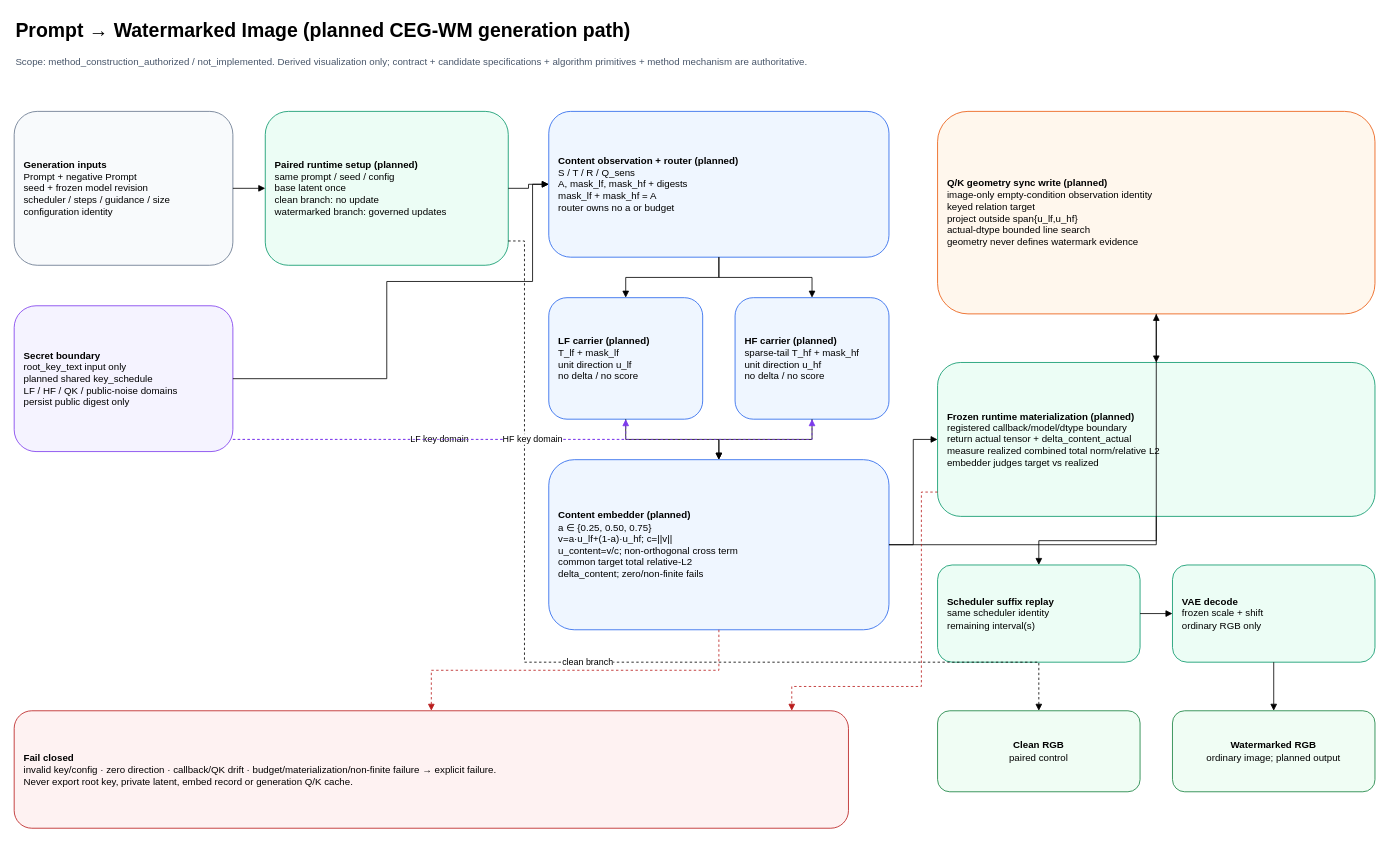
This is docs/design/diagrams/prompt_to_watermarked_image.drawio from RICHAAARC/CEG-WM, a draw.io file, before an edit. Source tidied: cells renumbered, new cells numbered last; positions are measured from the earlier drawing's top-left corner, leaving out a move shared by most shapes. Both pictures are drawn from the tidied source at 81%, with x=0, y=0 at pixel (14, 14).
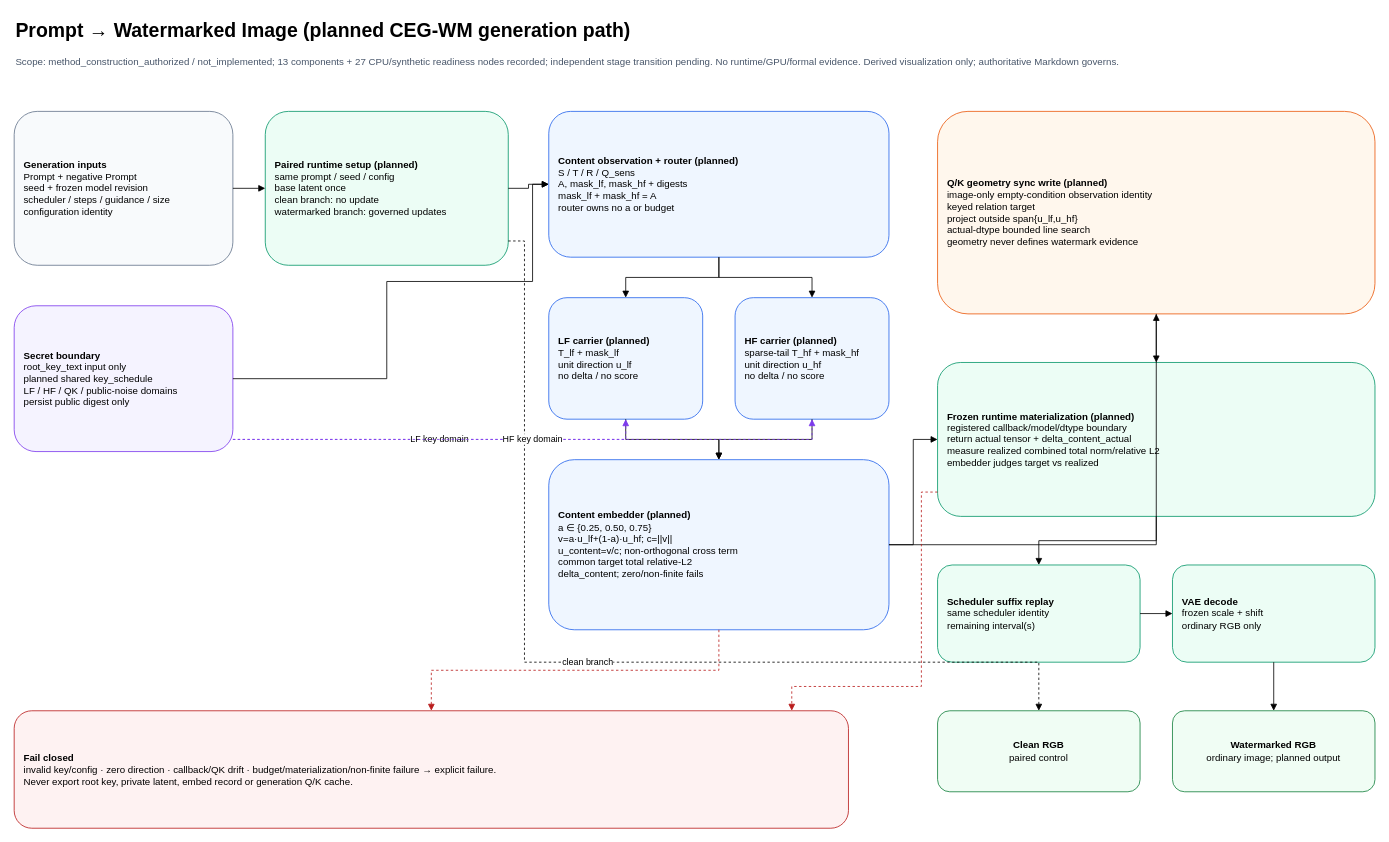
Above is the later version.

The edit, as a diff of the source:
```diff
@@
-    <mxCell id="3" value="Scope: method_construction_authorized / not_implemented. Derived visualization only; contract + candidate specifications + algorithm primitives + method mechanism are authoritative." style="text;html=1;fontSize=12;align=left;fontColor=#475569;" parent="1" vertex="1">
+    <mxCell id="3" value="Scope: method_construction_authorized / not_implemented; 13 components + 27 CPU/synthetic readiness nodes recorded; independent stage transition pending. No runtime/GPU/formal evidence. Derived visualization only; authoritative Markdown governs." style="text;html=1;fontSize=12;align=left;fontColor=#475569;" parent="1" vertex="1">
       <mxGeometry y="45" width="1500" height="40" as="geometry" />
     </mxCell>
```
